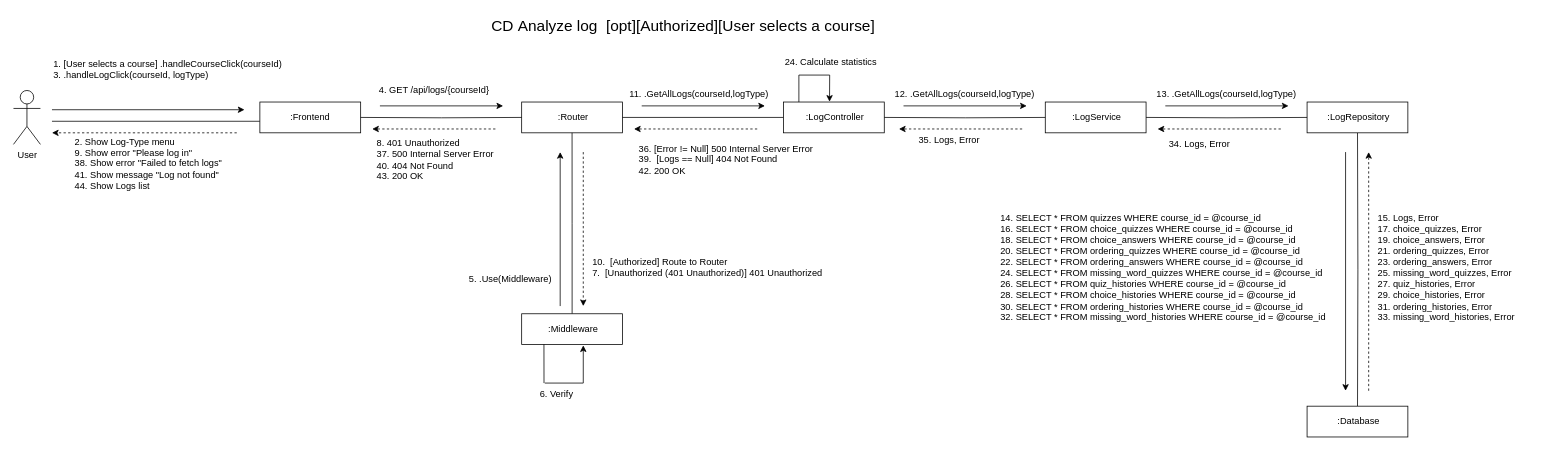
The draw.io diagram page "CD Analyze log-[opt][Authorized][User selects a course]" (4 of 4) of CD-Analyze-log/CD-Analyze-log.drawio in CS371-Project-Management/CS371-Collaboration-Diagram, before the edit. Source tidied: cells renumbered, new cells numbered last; positions are measured from the earlier drawing's top-left corner, leaving out a move shared by most shapes. Both pictures are drawn from the tidied source at 77%, with x=0, y=0 at pixel (13, 13).
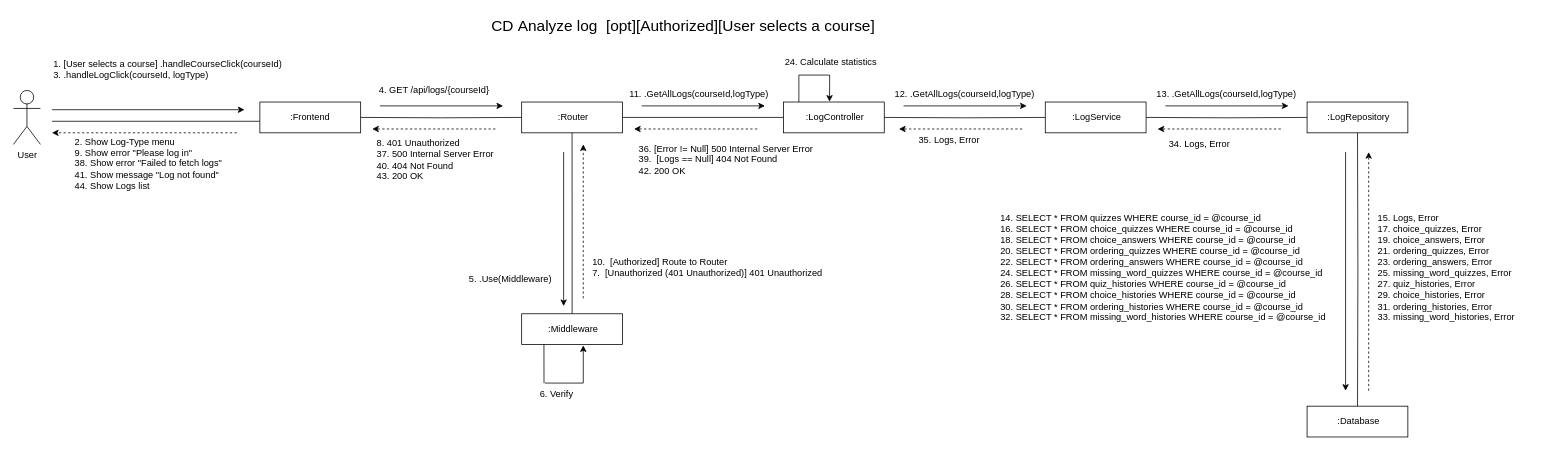
The same page after the edit.

Diff of the diagram source:
```diff
@@
-    <mxCell id="18" style="endArrow=classic;html=1;rounded=0;" parent="1" edge="1">
+    <mxCell id="18" style="endArrow=classic;html=1;rounded=0;dashed=1;" parent="1" edge="1">
       <mxGeometry relative="1" as="geometry">
-        <mxPoint x="710" y="380" as="sourcePoint" />
-        <mxPoint x="710" y="180" as="targetPoint" />
+        <mxPoint x="740" y="370" as="sourcePoint" />
+        <mxPoint x="740" y="170" as="targetPoint" />
       </mxGeometry>
     </mxCell>
-    <mxCell id="19" style="endArrow=classic;html=1;rounded=0;dashed=1;" parent="1" edge="1">
+    <mxCell id="19" style="endArrow=classic;html=1;rounded=0;" parent="1" edge="1">
       <mxGeometry relative="1" as="geometry">
-        <mxPoint x="740" y="180" as="sourcePoint" />
-        <mxPoint x="740" y="380" as="targetPoint" />
+        <mxPoint x="714.5" y="180" as="sourcePoint" />
+        <mxPoint x="714.5" y="380" as="targetPoint" />
       </mxGeometry>
     </mxCell>
```
